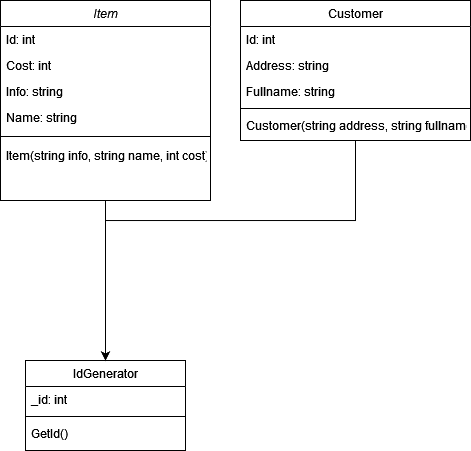
antoniocra04/oop-backend keeps this draw.io diagram as ClassDiagram.png. Above is the earlier version. Source tidied: cells renumbered, new cells last; positions are measured from the earlier drawing's top-left corner, leaving out a move shared by most shapes.
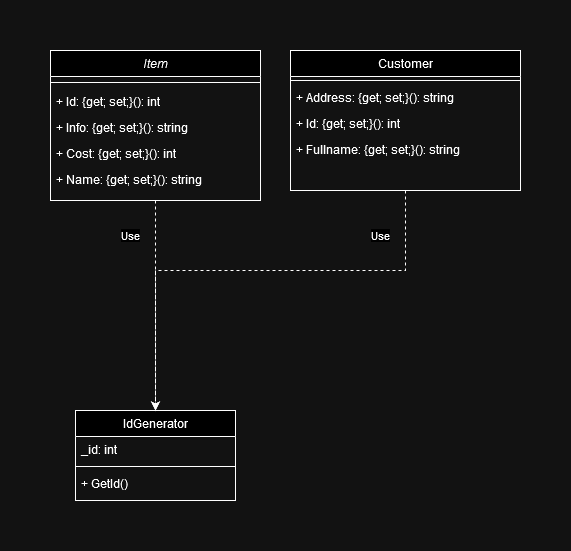
After the change.

Commit message:
fix(diagram): правки

Diff of the diagram source:
```diff
@@ -2,30 +2,27 @@
   <root>
     <mxCell id="0" />
     <mxCell id="1" parent="0" />
-    <mxCell id="2" style="edgeStyle=orthogonalEdgeStyle;rounded=0;jettySize=auto;html=1;entryX=0.5;entryY=0;entryDx=0;entryDy=0;" parent="1" edge="1" source="3" target="10">
+    <mxCell id="2" style="edgeStyle=orthogonalEdgeStyle;dashed=1;rounded=0;jettySize=auto;html=1;entryX=0.5;entryY=0;entryDx=0;entryDy=0;" parent="1" edge="1" source="3" target="10">
       <mxGeometry relative="1" as="geometry" />
     </mxCell>
     <mxCell id="3" value="Item" style="swimlane;fontStyle=2;align=center;verticalAlign=top;horizontal=1;startSize=26;rounded=0;shadow=0;strokeWidth=1;" parent="1" vertex="1">
-      <mxGeometry width="210" height="200" as="geometry" />
+      <mxGeometry width="210" height="150" as="geometry" />
     </mxCell>
+    <mxCell id="8" style="line;html=1;strokeWidth=1;align=left;verticalAlign=middle;spacingTop=-1;spacingLeft=3;spacingRight=3;labelPosition=right;" parent="3" vertex="1">
+      <mxGeometry y="26" width="210" height="12" as="geometry" />
+    </mxCell>
-    <mxCell id="4" value="Id: int" style="text;align=left;verticalAlign=top;spacingLeft=4;spacingRight=4;overflow=hidden;" parent="3" vertex="1">
-      <mxGeometry y="26" width="210" height="26" as="geometry" />
+    <mxCell id="4" value="+ Id: {get; set;}(): int" style="text;align=left;verticalAlign=top;spacingLeft=4;spacingRight=4;overflow=hidden;" parent="3" vertex="1">
+      <mxGeometry y="38" width="210" height="26" as="geometry" />
     </mxCell>
+    <mxCell id="6" value="+ Info: {get; set;}(): string" style="text;align=left;verticalAlign=top;spacingLeft=4;spacingRight=4;overflow=hidden;rounded=0;shadow=0;html=0;" parent="3" vertex="1">
+      <mxGeometry y="64" width="210" height="26" as="geometry" />
+    </mxCell>
-    <mxCell id="5" value="Cost: int" style="text;align=left;verticalAlign=top;spacingLeft=4;spacingRight=4;overflow=hidden;rounded=0;shadow=0;html=0;" parent="3" vertex="1">
-      <mxGeometry y="52" width="210" height="26" as="geometry" />
+    <mxCell id="5" value="+ Cost: {get; set;}(): int" style="text;align=left;verticalAlign=top;spacingLeft=4;spacingRight=4;overflow=hidden;rounded=0;shadow=0;html=0;" parent="3" vertex="1">
+      <mxGeometry y="90" width="210" height="26" as="geometry" />
     </mxCell>
-    <mxCell id="6" value="Info: string" style="text;align=left;verticalAlign=top;spacingLeft=4;spacingRight=4;overflow=hidden;rounded=0;shadow=0;html=0;" parent="3" vertex="1">
-      <mxGeometry y="78" width="210" height="26" as="geometry" />
-    </mxCell>
-    <mxCell id="7" value="Name: string" style="text;align=left;verticalAlign=top;spacingLeft=4;spacingRight=4;overflow=hidden;rounded=0;shadow=0;html=0;" parent="3" vertex="1">
-      <mxGeometry y="104" width="210" height="26" as="geometry" />
+    <mxCell id="7" value="+ Name: {get; set;}(): string" style="text;align=left;verticalAlign=top;spacingLeft=4;spacingRight=4;overflow=hidden;rounded=0;shadow=0;html=0;" parent="3" vertex="1">
+      <mxGeometry y="116" width="210" height="26" as="geometry" />
     </mxCell>
-    <mxCell id="8" style="line;html=1;strokeWidth=1;align=left;verticalAlign=middle;spacingTop=-1;spacingLeft=3;spacingRight=3;labelPosition=right;" parent="3" vertex="1">
-      <mxGeometry y="130" width="210" height="12" as="geometry" />
-    </mxCell>
-    <mxCell id="9" value="Item(string info, string name, int cost)" style="text;align=left;verticalAlign=top;spacingLeft=4;spacingRight=4;overflow=hidden;" parent="3" vertex="1">
-      <mxGeometry y="142" width="210" height="48" as="geometry" />
-    </mxCell>
     <mxCell id="10" value="IdGenerator" style="swimlane;fontStyle=0;align=center;verticalAlign=top;horizontal=1;startSize=26;rounded=0;shadow=0;strokeWidth=1;" parent="1" vertex="1">
       <mxGeometry x="25" y="360" width="160" height="90" as="geometry" />
     </mxCell>
@@ -35,34 +32,39 @@
     <mxCell id="12" style="line;html=1;strokeWidth=1;align=left;verticalAlign=middle;spacingTop=-1;spacingLeft=3;spacingRight=3;labelPosition=right;" parent="10" vertex="1">
       <mxGeometry y="52" width="160" height="8" as="geometry" />
     </mxCell>
-    <mxCell id="13" value="GetId()" style="text;align=left;verticalAlign=top;spacingLeft=4;spacingRight=4;overflow=hidden;" parent="10" vertex="1">
+    <mxCell id="13" value="+ GetId()" style="text;align=left;verticalAlign=top;spacingLeft=4;spacingRight=4;overflow=hidden;" parent="10" vertex="1">
       <mxGeometry y="60" width="160" height="26" as="geometry" />
     </mxCell>
-    <mxCell id="14" style="edgeStyle=orthogonalEdgeStyle;rounded=0;jettySize=auto;html=1;entryX=0.5;entryY=0;entryDx=0;entryDy=0;" parent="1" edge="1" source="15" target="10">
-      <mxGeometry relative="1" as="geometry">
-        <Array as="points">
-          <mxPoint x="355" y="220" />
-          <mxPoint x="105" y="220" />
-        </Array>
-      </mxGeometry>
-    </mxCell>
+    <object id="14" label="" placeholders="1">
+      <mxCell style="edgeStyle=orthogonalEdgeStyle;dashed=1;rounded=0;jettySize=auto;html=1;entryX=0.5;entryY=0;entryDx=0;entryDy=0;strokeColor=default;align=center;verticalAlign=middle;fontFamily=Helvetica;fontSize=11;fontColor=default;labelBackgroundColor=default;endArrow=classic;" parent="1" edge="1" source="15" target="10">
+        <mxGeometry relative="1" as="geometry">
+          <Array as="points">
+            <mxPoint x="355" y="220" />
+            <mxPoint x="105" y="220" />
+          </Array>
+        </mxGeometry>
+      </mxCell>
+    </object>
     <mxCell id="15" value="Customer" style="swimlane;fontStyle=0;align=center;verticalAlign=top;horizontal=1;startSize=26;rounded=0;shadow=0;strokeWidth=1;" parent="1" vertex="1">
       <mxGeometry x="240" width="230" height="140" as="geometry" />
     </mxCell>
+    <mxCell id="19" style="line;html=1;strokeWidth=1;align=left;verticalAlign=middle;spacingTop=-1;spacingLeft=3;spacingRight=3;labelPosition=right;" parent="15" vertex="1">
+      <mxGeometry y="26" width="230" height="8" as="geometry" />
+    </mxCell>
+    <mxCell id="17" value="+ Address: {get; set;}(): string" style="text;align=left;verticalAlign=top;spacingLeft=4;spacingRight=4;overflow=hidden;rounded=0;shadow=0;html=0;" parent="15" vertex="1">
+      <mxGeometry y="34" width="230" height="26" as="geometry" />
+    </mxCell>
-    <mxCell id="16" value="Id: int" style="text;align=left;verticalAlign=top;spacingLeft=4;spacingRight=4;overflow=hidden;" parent="15" vertex="1">
-      <mxGeometry y="26" width="230" height="26" as="geometry" />
+    <mxCell id="16" value="+ Id: {get; set;}(): int" style="text;align=left;verticalAlign=top;spacingLeft=4;spacingRight=4;overflow=hidden;" parent="15" vertex="1">
+      <mxGeometry y="60" width="230" height="26" as="geometry" />
     </mxCell>
-    <mxCell id="17" value="Address: string" style="text;align=left;verticalAlign=top;spacingLeft=4;spacingRight=4;overflow=hidden;rounded=0;shadow=0;html=0;" parent="15" vertex="1">
-      <mxGeometry y="52" width="230" height="26" as="geometry" />
-    </mxCell>
-    <mxCell id="18" value="Fullname: string" style="text;align=left;verticalAlign=top;spacingLeft=4;spacingRight=4;overflow=hidden;rounded=0;shadow=0;html=0;" parent="15" vertex="1">
-      <mxGeometry y="78" width="230" height="26" as="geometry" />
+    <mxCell id="18" value="+ Fullname: {get; set;}(): string" style="text;align=left;verticalAlign=top;spacingLeft=4;spacingRight=4;overflow=hidden;rounded=0;shadow=0;html=0;" parent="15" vertex="1">
+      <mxGeometry y="86" width="230" height="26" as="geometry" />
     </mxCell>
-    <mxCell id="19" style="line;html=1;strokeWidth=1;align=left;verticalAlign=middle;spacingTop=-1;spacingLeft=3;spacingRight=3;labelPosition=right;" parent="15" vertex="1">
-      <mxGeometry y="104" width="230" height="8" as="geometry" />
-    </mxCell>
-    <mxCell id="20" value="Customer(string address, string fullname)" style="text;align=left;verticalAlign=top;spacingLeft=4;spacingRight=4;overflow=hidden;" parent="15" vertex="1">
-      <mxGeometry y="112" width="230" height="26" as="geometry" />
-    </mxCell>
+    <mxCell id="21" value="Use" style="text;html=1;align=center;verticalAlign=middle;strokeColor=none;fillColor=none;fontFamily=Helvetica;fontSize=11;fontColor=default;labelBackgroundColor=default;" parent="1" vertex="1">
+      <mxGeometry x="310" y="170" width="40" height="30" as="geometry" />
+    </mxCell>
+    <mxCell id="22" value="Use" style="text;html=1;align=center;verticalAlign=middle;strokeColor=none;fillColor=none;fontFamily=Helvetica;fontSize=11;fontColor=default;labelBackgroundColor=default;" parent="1" vertex="1">
+      <mxGeometry x="60" y="170" width="40" height="30" as="geometry" />
+    </mxCell>
   </root>
 </mxGraphModel>
```
